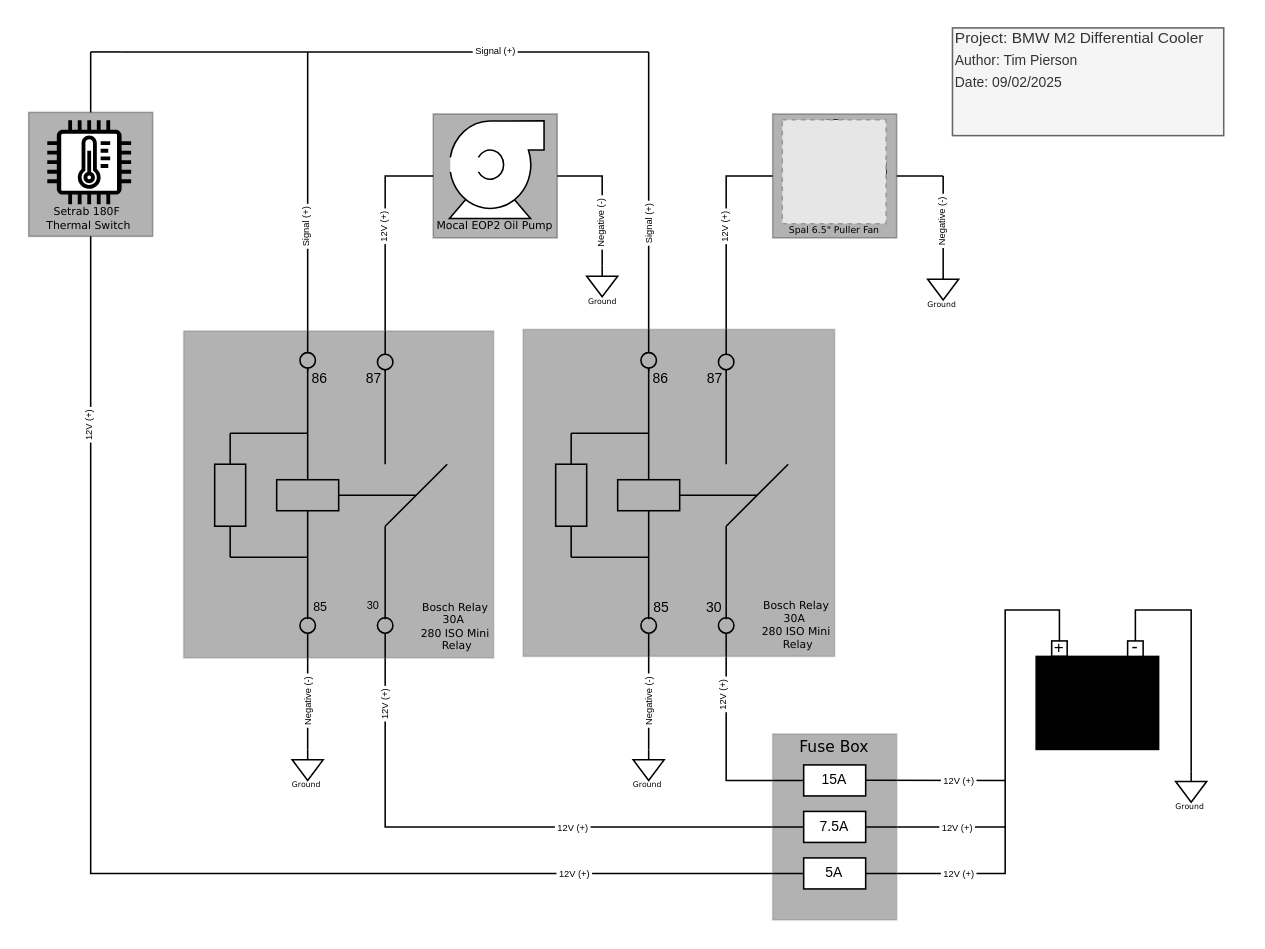
Earlier version of the draw.io diagram Diff_cooler_wiring_diagram.drawio (tpierso/BMW-M2-F87-Differential-Cooler-Project). Source tidied: cells renumbered, new cells numbered last; positions are measured from the earlier drawing's top-left corner, leaving out a move shared by most shapes. Both pictures are drawn from the tidied source at 155%, with x=0, y=0 at pixel (26, 26). Pictures stored in the file or linked from it are replaced by grey dashed boxes.
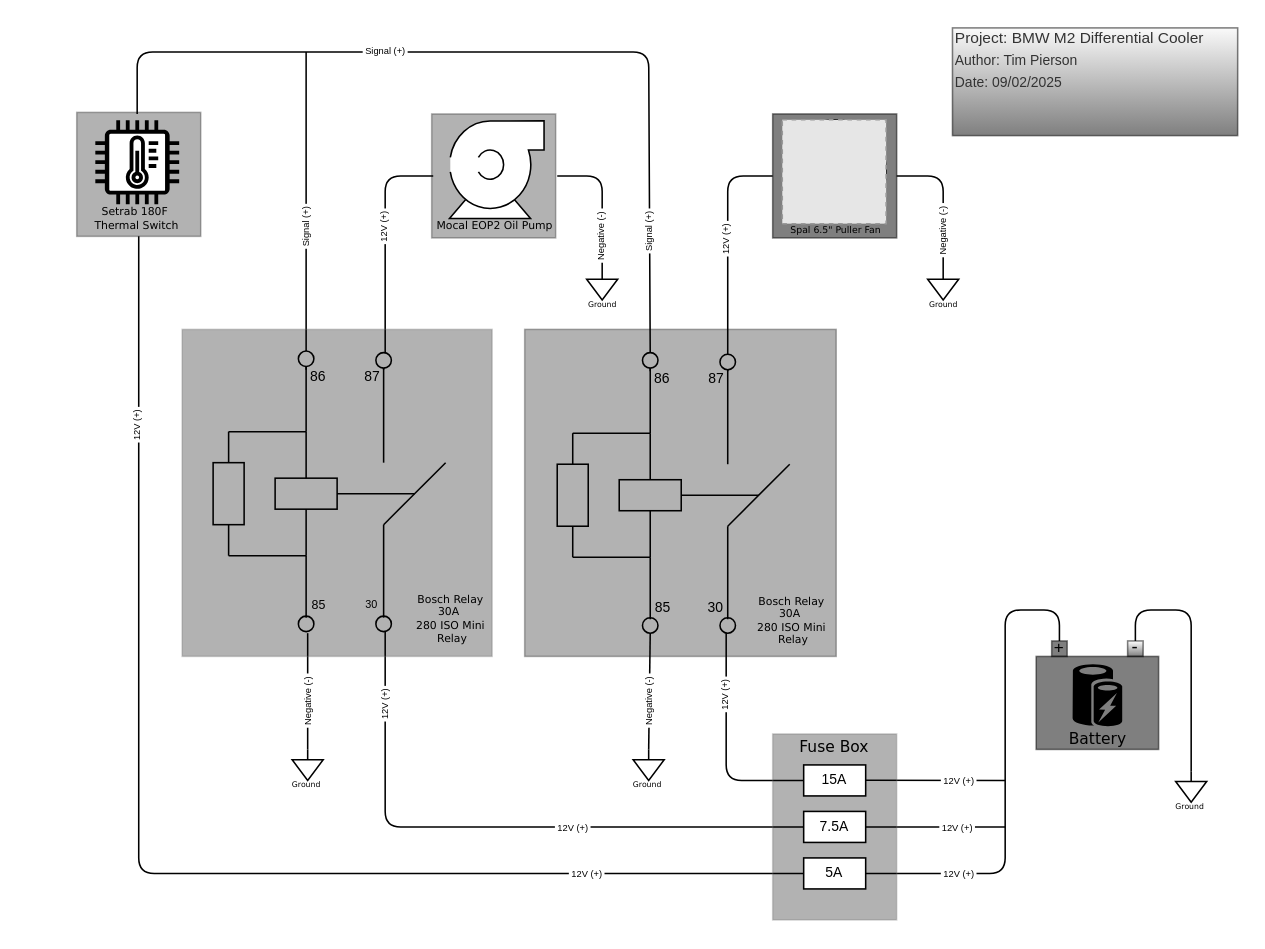
After the change.

The change refers to these unchanged cells:
```xml
<mxCell id="13" value="&lt;font style=&quot;font-size: 5px;&quot; face=&quot;Verdana&quot;&gt;Ground&lt;/font&gt;" style="verticalLabelPosition=bottom;shadow=0;dashed=0;align=center;html=1;verticalAlign=top;shape=mxgraph.electrical.signal_sources.signal_ground;spacingLeft=-2;spacing=-11;" parent="1" vertex="1">
  <mxGeometry x="741" y="480" width="20" height="20" as="geometry" />
</mxCell>
<mxCell id="49" style="rounded=0;whiteSpace=wrap;html=1;fillColor=light-dark(#FFFFFF,#FFFFFF);gradientColor=light-dark(#000000,#000000);opacity=30;" parent="48" vertex="1">
  <mxGeometry x="1" width="80" height="80" as="geometry" />
</mxCell>
<mxCell id="55" value="15A" style="rounded=0;whiteSpace=wrap;html=1;fontSize=9;" parent="53" vertex="1">
  <mxGeometry x="20" y="20" width="40" height="20" as="geometry" />
</mxCell>
<mxCell id="56" value="7.5A" style="rounded=0;whiteSpace=wrap;html=1;fontSize=9;" parent="53" vertex="1">
  <mxGeometry x="20" y="50" width="40" height="20" as="geometry" />
</mxCell>
<mxCell id="57" value="5A" style="rounded=0;whiteSpace=wrap;html=1;fontSize=9;" parent="53" vertex="1">
  <mxGeometry x="20" y="80" width="40" height="20" as="geometry" />
</mxCell>
<mxCell id="83" style="ellipse;whiteSpace=wrap;html=1;fillColor=none;" parent="65" vertex="1">
  <mxGeometry x="75" y="14" width="10" height="10" as="geometry" />
</mxCell>
<mxCell id="85" style="ellipse;whiteSpace=wrap;html=1;fillColor=none;" parent="65" vertex="1">
  <mxGeometry x="125" y="15" width="10" height="10" as="geometry" />
</mxCell>
<mxCell id="87" style="ellipse;whiteSpace=wrap;html=1;fillStyle=solid;fillColor=none;" parent="65" vertex="1">
  <mxGeometry x="125" y="185" width="10" height="10" as="geometry" />
</mxCell>
<mxCell id="111" style="ellipse;whiteSpace=wrap;html=1;fillColor=none;" parent="93" vertex="1">
  <mxGeometry x="76" y="15" width="10" height="10" as="geometry" />
</mxCell>
<mxCell id="113" style="ellipse;whiteSpace=wrap;html=1;fillColor=none;" parent="93" vertex="1">
  <mxGeometry x="126" y="16" width="10" height="10" as="geometry" />
</mxCell>
<mxCell id="115" style="ellipse;whiteSpace=wrap;html=1;fillColor=none;" parent="93" vertex="1">
  <mxGeometry x="126" y="186" width="10" height="10" as="geometry" />
</mxCell>
```

What changed in the source:
```diff
@@
+    <mxCell id="125" style="edgeStyle=orthogonalEdgeStyle;rounded=1;jettySize=auto;html=1;endArrow=none;endFill=0;curved=0;" parent="1" edge="1" source="83">
+      <mxGeometry relative="1" as="geometry">
+        <mxPoint x="180" y="16" as="targetPoint" />
+      </mxGeometry>
+    </mxCell>
-    <mxCell id="2" style="edgeStyle=orthogonalEdgeStyle;rounded=0;jettySize=auto;html=1;entryX=0;entryY=0.5;entryDx=0;entryDy=0;endArrow=none;endFill=0;" parent="1" edge="1" source="85">
+    <mxCell id="2" style="edgeStyle=orthogonalEdgeStyle;rounded=1;jettySize=auto;html=1;entryX=0;entryY=0.5;entryDx=0;entryDy=0;endArrow=none;endFill=0;curved=0;" parent="1" edge="1" source="85">
       <mxGeometry relative="1" as="geometry">
         <mxPoint x="262" y="96" as="targetPoint" />
         <Array as="points">
           <mxPoint x="231" y="96" />
         </Array>
       </mxGeometry>
     </mxCell>
-    <mxCell id="3" style="edgeStyle=orthogonalEdgeStyle;rounded=0;jettySize=auto;html=1;entryX=0;entryY=0.5;entryDx=0;entryDy=0;endArrow=none;endFill=0;" parent="1" edge="1" source="87" target="56">
+    <mxCell id="3" style="edgeStyle=orthogonalEdgeStyle;rounded=1;jettySize=auto;html=1;entryX=0;entryY=0.5;entryDx=0;entryDy=0;endArrow=none;endFill=0;curved=0;" parent="1" edge="1" source="87" target="56">
       <mxGeometry relative="1" as="geometry">
         <Array as="points">
           <mxPoint x="231" y="516" />
         </Array>
       </mxGeometry>
     </mxCell>
-    <mxCell id="4" style="edgeStyle=orthogonalEdgeStyle;rounded=0;jettySize=auto;html=1;endArrow=none;endFill=0;entryX=0;entryY=0.5;entryDx=0;entryDy=0;" parent="1" edge="1" source="115" target="55">
+    <mxCell id="4" style="edgeStyle=orthogonalEdgeStyle;rounded=1;jettySize=auto;html=1;endArrow=none;endFill=0;entryX=0;entryY=0.5;entryDx=0;entryDy=0;curved=0;" parent="1" edge="1" source="115" target="55">
       <mxGeometry relative="1" as="geometry">
         <Array as="points">
           <mxPoint x="451" y="486" />
         </Array>
       </mxGeometry>
     </mxCell>
-    <mxCell id="5" style="edgeStyle=orthogonalEdgeStyle;rounded=0;jettySize=auto;html=1;endArrow=none;endFill=0;entryX=0.5;entryY=1;entryDx=0;entryDy=0;" parent="1" edge="1" source="57" target="49">
+    <mxCell id="5" style="edgeStyle=orthogonalEdgeStyle;rounded=1;jettySize=auto;html=1;endArrow=none;endFill=0;entryX=0.5;entryY=1;entryDx=0;entryDy=0;curved=0;" parent="1" edge="1" source="57" target="49">
       <mxGeometry relative="1" as="geometry" />
     </mxCell>
@@
-    <mxCell id="7" style="endArrow=none;html=1;rounded=0;exitX=1;exitY=0.5;exitDx=0;exitDy=0;entryX=0.5;entryY=0;entryDx=0;entryDy=0;" parent="1" edge="1" target="61">
+    <mxCell id="7" style="endArrow=none;html=1;rounded=1;exitX=1;exitY=0.5;exitDx=0;exitDy=0;entryX=0.5;entryY=0;entryDx=0;entryDy=0;shadow=0;curved=0;" parent="1" edge="1" target="61">
       <mxGeometry relative="1" as="geometry">
         <mxPoint x="541" y="546" as="sourcePoint" />
         <Array as="points">
           <mxPoint x="631" y="546" />
           <mxPoint x="631" y="376" />
           <mxPoint x="666" y="376" />
         </Array>
       </mxGeometry>
     </mxCell>
@@
-    <mxCell id="12" style="edgeStyle=orthogonalEdgeStyle;rounded=0;jettySize=auto;html=1;entryX=0.5;entryY=0;entryDx=0;entryDy=0;endArrow=none;endFill=0;" parent="1" edge="1" source="13" target="62">
+    <mxCell id="12" style="edgeStyle=orthogonalEdgeStyle;rounded=1;jettySize=auto;html=1;entryX=0.5;entryY=0;entryDx=0;entryDy=0;endArrow=none;endFill=0;curved=0;" parent="1" edge="1" source="13" target="62">
       <mxGeometry relative="1" as="geometry">
         <Array as="points">
           <mxPoint x="751" y="376" />
           <mxPoint x="715" y="376" />
         </Array>
       </mxGeometry>
     </mxCell>
@@
-    <mxCell id="14" style="edgeStyle=orthogonalEdgeStyle;rounded=0;jettySize=auto;html=1;entryX=0.5;entryY=0;entryDx=0;entryDy=0;endArrow=none;endFill=0;" parent="1" edge="1" source="16" target="113">
+    <mxCell id="14" style="edgeStyle=orthogonalEdgeStyle;rounded=1;jettySize=auto;html=1;entryX=0.5;entryY=0;entryDx=0;entryDy=0;endArrow=none;endFill=0;jumpStyle=arc;curved=0;" parent="1" edge="1" source="16" target="113">
       <mxGeometry relative="1" as="geometry" />
     </mxCell>
     <mxCell id="15" value="&lt;div&gt;&amp;nbsp;12V (+)&amp;nbsp;&lt;/div&gt;" style="edgeLabel;html=1;align=center;verticalAlign=middle;fontSize=6;horizontal=0;spacing=2;spacingBottom=-1;" parent="14" vertex="1">
       <mxGeometry x="0.16" y="2" relative="1" as="geometry">
-        <mxPoint x="-4" y="-20" as="offset" />
+        <mxPoint x="-4" y="-13" as="offset" />
       </mxGeometry>
     </mxCell>
-    <mxCell id="16" style="whiteSpace=wrap;html=1;fillStyle=solid;gradientColor=light-dark(#000000,#6D6D6D);fillColor=light-dark(#FFFFFF,#FFFFFF);opacity=30;fontFamily=Verdana;strokeColor=default;spacing=1;fontColor=default;" parent="1" vertex="1">
+    <mxCell id="16" style="whiteSpace=wrap;html=1;fillStyle=solid;gradientColor=light-dark(#000000,#6D6D6D);fillColor=light-dark(#FFFFFF,#FFFFFF);opacity=50;fontFamily=Verdana;strokeColor=default;spacing=1;fontColor=default;" parent="1" vertex="1">
       <mxGeometry x="481" y="56" width="80" height="80" as="geometry" />
     </mxCell>
-    <mxCell id="17" value="&lt;div style=&quot;line-height: 10%;&quot;&gt;&lt;font style=&quot;line-height: 10%;&quot;&gt;Ground&lt;/font&gt;&lt;/div&gt;" style="verticalLabelPosition=bottom;shadow=0;dashed=0;align=center;html=1;verticalAlign=top;shape=mxgraph.electrical.signal_sources.signal_ground;fontSize=5;spacing=-2;spacingLeft=-2;fontFamily=Verdana;" parent="1" vertex="1">
+    <mxCell id="17" value="Ground" style="verticalLabelPosition=bottom;shadow=0;dashed=0;align=center;html=1;verticalAlign=top;shape=mxgraph.electrical.signal_sources.signal_ground;spacing=-2;spacingLeft=-1;fontFamily=Verdana;fontSize=5;spacingBottom=0;spacingTop=-3;" parent="1" vertex="1">
       <mxGeometry x="581" y="156" width="20" height="20" as="geometry" />
     </mxCell>
-    <mxCell id="18" value="&lt;div&gt;&lt;font style=&quot;line-height: 10%;&quot;&gt;Ground&lt;/font&gt;&lt;/div&gt;" style="verticalLabelPosition=bottom;shadow=0;dashed=0;align=center;html=1;verticalAlign=top;shape=mxgraph.electrical.signal_sources.signal_ground;labelPosition=center;spacing=-5;spacingLeft=-1;fontFamily=Verdana;fontSize=5;" parent="1" vertex="1">
-      <mxGeometry x="361" y="154" width="20" height="20" as="geometry" />
+    <mxCell id="18" value="Ground" style="verticalLabelPosition=bottom;shadow=0;dashed=0;align=center;html=1;verticalAlign=top;shape=mxgraph.electrical.signal_sources.signal_ground;labelPosition=center;spacing=-2;spacingLeft=-1;fontSize=5;fontFamily=Verdana;spacingTop=-3;" parent="1" vertex="1">
+      <mxGeometry x="361" y="156" width="20" height="20" as="geometry" />
     </mxCell>
-    <mxCell id="19" style="endArrow=none;html=1;rounded=0;entryX=1;entryY=0.5;entryDx=0;entryDy=0;exitX=0.5;exitY=0;exitDx=0;exitDy=0;exitPerimeter=0;" parent="1" edge="1" source="18">
+    <mxCell id="19" style="endArrow=none;html=1;rounded=1;entryX=1;entryY=0.5;entryDx=0;entryDy=0;exitX=0.5;exitY=0;exitDx=0;exitDy=0;exitPerimeter=0;curved=0;" parent="1" edge="1" source="18">
       <mxGeometry relative="1" as="geometry">
         <mxPoint x="342" y="96" as="targetPoint" />
         <Array as="points">
           <mxPoint x="371" y="96" />
         </Array>
       </mxGeometry>
     </mxCell>
-    <mxCell id="20" style="endArrow=none;html=1;rounded=0;exitX=0.5;exitY=0;exitDx=0;exitDy=0;" parent="1" edge="1" source="111">
-      <mxGeometry relative="1" as="geometry">
-        <mxPoint x="401" y="16" as="targetPoint" />
-      </mxGeometry>
-    </mxCell>
-    <mxCell id="21" style="endArrow=none;html=1;rounded=0;flowAnimation=0;jumpStyle=arc;" parent="1" edge="1">
-      <mxGeometry relative="1" as="geometry">
-        <mxPoint x="181" y="210" as="sourcePoint" />
-        <mxPoint x="181" y="16" as="targetPoint" />
-      </mxGeometry>
-    </mxCell>
-    <mxCell id="22" style="endArrow=none;html=1;rounded=0;" parent="1" edge="1">
+    <mxCell id="22" style="endArrow=none;html=1;rounded=1;curved=0;entryX=0.5;entryY=0;entryDx=0;entryDy=0;" parent="1" edge="1" target="111">
       <mxGeometry relative="1" as="geometry">
-        <mxPoint x="61" y="16" as="sourcePoint" />
-        <mxPoint x="401" y="16" as="targetPoint" />
+        <mxPoint x="71" y="56" as="sourcePoint" />
+        <Array as="points">
+          <mxPoint x="71" y="16" />
+          <mxPoint x="401" y="16" />
+        </Array>
       </mxGeometry>
     </mxCell>
     <mxCell id="23" value="&amp;nbsp;Signal (+)&amp;nbsp;" style="edgeLabel;html=1;align=center;verticalAlign=middle;fontSize=6;" parent="22" vertex="1">
       <mxGeometry x="0.38" relative="1" as="geometry">
-        <mxPoint x="5" y="-1" as="offset" />
+        <mxPoint x="-171" y="-19" as="offset" />
       </mxGeometry>
     </mxCell>
-    <mxCell id="24" style="endArrow=none;html=1;rounded=0;" parent="1" edge="1">
-      <mxGeometry relative="1" as="geometry">
-        <mxPoint x="41" y="16" as="sourcePoint" />
-        <mxPoint x="61" y="16" as="targetPoint" />
-      </mxGeometry>
-    </mxCell>
-    <mxCell id="25" style="endArrow=none;html=1;rounded=0;exitX=0.5;exitY=0;exitDx=0;exitDy=0;" parent="1" edge="1" source="49">
-      <mxGeometry relative="1" as="geometry">
-        <mxPoint x="41" y="16" as="targetPoint" />
-      </mxGeometry>
-    </mxCell>
-    <mxCell id="26" style="endArrow=none;html=1;rounded=0;exitX=0.5;exitY=0;exitDx=0;exitDy=0;exitPerimeter=0;" parent="1" edge="1" source="17">
+    <mxCell id="26" style="endArrow=none;html=1;rounded=1;exitX=0.5;exitY=0;exitDx=0;exitDy=0;exitPerimeter=0;curved=0;entryX=1;entryY=0.5;entryDx=0;entryDy=0;" parent="1" edge="1" source="17" target="16">
       <mxGeometry relative="1" as="geometry">
-        <mxPoint x="591" y="96" as="targetPoint" />
+        <Array as="points">
+          <mxPoint x="591" y="96" />
+        </Array>
       </mxGeometry>
     </mxCell>
-    <mxCell id="27" style="group;fillColor=light-dark(#FFFFFF,#F5F5F5);fillStyle=solid;gradientColor=light-dark(#000000,#6D6D6D);opacity=30;strokeColor=default;" parent="1" vertex="1">
-      <mxGeometry x="262" y="56" width="80" height="80" as="geometry" />
+    <mxCell id="27" style="group;fillColor=light-dark(#FFFFFF,#F5F5F5);fillStyle=solid;gradientColor=light-dark(#000000,#000000);opacity=30;strokeColor=default;" parent="1" vertex="1">
+      <mxGeometry x="261" y="56" width="80" height="80" as="geometry" />
     </mxCell>
-    <mxCell id="28" style="endArrow=none;html=1;rounded=0;exitX=1;exitY=0.5;exitDx=0;exitDy=0;" parent="1" edge="1" source="16">
-      <mxGeometry relative="1" as="geometry">
-        <mxPoint x="591" y="96" as="targetPoint" />
-      </mxGeometry>
-    </mxCell>
@@
     <mxCell id="32" value="&lt;font style=&quot;font-size: 6px;&quot;&gt;&amp;nbsp;Negative (-)&amp;nbsp;&lt;/font&gt;" style="edgeLabel;html=1;align=center;verticalAlign=middle;horizontal=0;" parent="1" vertex="1">
-      <mxGeometry x="588" y="127" as="geometry" />
+      <mxGeometry x="588" y="133" as="geometry" />
     </mxCell>
     <mxCell id="33" value="&lt;font style=&quot;font-size: 6px;&quot;&gt;&amp;nbsp;Negative (-)&amp;nbsp;&lt;/font&gt;" style="edgeLabel;html=1;align=center;verticalAlign=middle;horizontal=0;spacingBottom=1;" parent="1" vertex="1">
-      <mxGeometry x="369" y="127.5" as="geometry" />
+      <mxGeometry x="369" y="133" as="geometry">
+        <mxPoint x="-1" y="-3" as="offset" />
+      </mxGeometry>
     </mxCell>
@@
     <mxCell id="35" value="&lt;div&gt;&amp;nbsp;12V (+)&amp;nbsp;&lt;/div&gt;" style="edgeLabel;html=1;align=center;verticalAlign=middle;fontSize=6;horizontal=0;spacing=2;spacingBottom=-1;" parent="1" vertex="1">
-      <mxGeometry x="39" y="258" as="geometry" />
+      <mxGeometry x="70" y="258" as="geometry" />
     </mxCell>
@@
     <mxCell id="37" value="&amp;nbsp;Signal (+)&amp;nbsp;" style="edgeLabel;html=1;align=center;verticalAlign=middle;fontSize=6;horizontal=0;spacingBottom=-1;" parent="1" vertex="1">
-      <mxGeometry x="400" y="128" as="geometry" />
+      <mxGeometry x="400" y="133" as="geometry" />
     </mxCell>
@@
     <mxCell id="44" value="&lt;div&gt;&amp;nbsp;12V (+)&amp;nbsp;&lt;/div&gt;" style="edgeLabel;html=1;align=center;verticalAlign=middle;fontSize=6;horizontal=0;spacing=2;spacingBottom=-1;" parent="1" vertex="1">
-      <mxGeometry x="449" y="436" as="geometry">
+      <mxGeometry x="450" y="436" as="geometry">
         <mxPoint x="-1" y="4" as="offset" />
       </mxGeometry>
     </mxCell>
@@
     <mxCell id="46" value="&lt;div&gt;Spal 6.5&quot; Puller Fan&lt;/div&gt;" style="text;html=1;align=center;verticalAlign=middle;whiteSpace=wrap;rounded=0;fontFamily=Verdana;fontSize=6;" parent="1" vertex="1">
-      <mxGeometry x="466" y="115" width="110" height="30" as="geometry" />
+      <mxGeometry x="467" y="115" width="110" height="30" as="geometry" />
     </mxCell>
@@
     <mxCell id="48" style="group;" parent="1" vertex="1">
-      <mxGeometry y="55" width="81" height="80" as="geometry" />
+      <mxGeometry x="31" y="55" width="81" height="80" as="geometry" />
     </mxCell>
@@
-    <mxCell id="59" style="group;" parent="1" vertex="1">
+    <mxCell id="59" style="group;opacity=50;" parent="1" vertex="1">
       <mxGeometry x="651" y="396" width="78" height="71" as="geometry" />
     </mxCell>
-    <mxCell id="60" style="rounded=0;whiteSpace=wrap;html=1;fillStyle=auto;gradientColor=light-dark(#000000,#FFFFFF);" parent="59" vertex="1">
+    <mxCell id="60" style="rounded=0;whiteSpace=wrap;html=1;fillStyle=auto;gradientColor=light-dark(#000000,#FFFFFF);opacity=50;" parent="59" vertex="1">
       <mxGeometry y="10" width="79" height="60" as="geometry" />
     </mxCell>
-    <mxCell id="61" value="&lt;font style=&quot;font-size: 11px;&quot;&gt;+&lt;/font&gt;" style="whiteSpace=wrap;html=1;fillStyle=solid;fillColor=none;strokeColor=light-dark(#000000,#FFFFFF);spacingBottom=2;" parent="59" vertex="1">
+    <mxCell id="61" value="&lt;font style=&quot;font-size: 11px;&quot;&gt;+&lt;/font&gt;" style="whiteSpace=wrap;html=1;fillStyle=solid;fillColor=light-dark(#FFFFFF,#FFFFFF);strokeColor=light-dark(#000000,#FFFFFF);spacingBottom=2;gradientColor=#000000;opacity=50;" parent="59" vertex="1">
       <mxGeometry x="10" width="10" height="10" as="geometry" />
     </mxCell>
-    <mxCell id="62" value="-" style="whiteSpace=wrap;html=1;fillStyle=solid;strokeWidth=1;spacingBottom=2;" parent="59" vertex="1">
+    <mxCell id="62" value="-" style="whiteSpace=wrap;html=1;fillStyle=solid;strokeWidth=1;spacingBottom=2;gradientColor=#000000;opacity=50;" parent="59" vertex="1">
       <mxGeometry x="59" width="10" height="10" as="geometry" />
     </mxCell>
@@
     <mxCell id="65" style="group;" parent="1" vertex="1">
-      <mxGeometry x="101" y="196" width="200" height="211" as="geometry" />
+      <mxGeometry x="100" y="195" width="200" height="211" as="geometry" />
     </mxCell>
-    <mxCell id="66" style="rounded=0;whiteSpace=wrap;html=1;fillColor=light-dark(#FFFFFF,#111111);gradientColor=#b3b3b3;strokeColor=#666666;opacity=30;" parent="65" vertex="1">
+    <mxCell id="66" style="rounded=0;whiteSpace=wrap;html=1;fillColor=light-dark(#FFFFFF,#FFFFFF);gradientColor=light-dark(#000000,#000000);strokeColor=#666666;opacity=30;" parent="65" vertex="1">
       <mxGeometry width="200" height="211" as="geometry" />
     </mxCell>
@@
     <mxCell id="92" value="&lt;div&gt;Bosch Relay&lt;/div&gt;&lt;div&gt;30A&amp;nbsp;&lt;/div&gt;&lt;div&gt;280 ISO Mini&lt;/div&gt;&lt;div&gt;&amp;nbsp;Relay&lt;/div&gt;" style="text;html=1;align=center;verticalAlign=middle;rounded=0;fontSize=7;fontStyle=0;fontFamily=Verdana;labelPosition=center;verticalLabelPosition=middle;" parent="65" vertex="1">
-      <mxGeometry x="150" y="170" width="50" height="41" as="geometry" />
+      <mxGeometry x="148" y="166" width="50" height="41" as="geometry" />
     </mxCell>
-    <mxCell id="93" style="group;" parent="1" vertex="1">
-      <mxGeometry x="320" y="195" width="201" height="211" as="geometry" />
+    <mxCell id="93" style="group;opacity=50;fillColor=none;" parent="1" vertex="1">
+      <mxGeometry x="321" y="195" width="201" height="211" as="geometry" />
     </mxCell>
-    <mxCell id="94" style="rounded=0;whiteSpace=wrap;html=1;fillColor=light-dark(#FFFFFF,#1A1A1A);gradientColor=#b3b3b3;strokeColor=#666666;opacity=30;" parent="93" vertex="1">
+    <mxCell id="94" style="rounded=0;whiteSpace=wrap;html=1;fillColor=light-dark(#000000,#1A1A1A);gradientColor=#000000;strokeColor=#000000;opacity=30;" parent="93" vertex="1">
       <mxGeometry width="201" height="211" as="geometry" />
     </mxCell>
@@
     <mxCell id="120" value="&lt;div&gt;Bosch Relay&lt;/div&gt;&lt;div&gt;30A&amp;nbsp;&lt;/div&gt;&lt;div&gt;280 ISO Mini&lt;/div&gt;&lt;div&gt;&amp;nbsp;Relay&lt;/div&gt;" style="text;html=1;align=center;verticalAlign=middle;rounded=0;fontSize=7;fontStyle=0;fontFamily=Verdana;labelPosition=center;verticalLabelPosition=middle;" parent="93" vertex="1">
-      <mxGeometry x="151" y="170" width="50" height="41" as="geometry" />
+      <mxGeometry x="147" y="167" width="50" height="41" as="geometry" />
     </mxCell>
-    <mxCell id="121" value="&lt;div&gt;&lt;font style=&quot;font-size: 10px;&quot;&gt;Project: BMW M2 Differential Cooler&lt;/font&gt;&lt;/div&gt;&lt;div&gt;&lt;font style=&quot;font-size: 9px;&quot;&gt;Author: Tim Pierson&lt;/font&gt;&lt;/div&gt;&lt;div&gt;&lt;font style=&quot;font-size: 9px;&quot;&gt;Date: 09/02/2025&lt;/font&gt;&lt;/div&gt;&lt;div&gt;&lt;br&gt;&lt;/div&gt;&lt;div&gt;&lt;br&gt;&lt;/div&gt;" style="text;html=1;align=left;verticalAlign=middle;whiteSpace=wrap;rounded=0;strokeColor=#666666;spacingRight=4;spacing=2;fillColor=#f5f5f5;fontColor=#333333;" parent="1" vertex="1">
-      <mxGeometry x="597" y="0.5" width="175" height="69.5" as="geometry" />
+    <mxCell id="121" value="&lt;div&gt;&lt;font style=&quot;font-size: 10px;&quot;&gt;Project: BMW M2 Differential Cooler&lt;/font&gt;&lt;/div&gt;&lt;div&gt;&lt;font style=&quot;font-size: 9px;&quot;&gt;Author: Tim Pierson&lt;/font&gt;&lt;/div&gt;&lt;div&gt;&lt;font style=&quot;font-size: 9px;&quot;&gt;Date: 09/02/2025&lt;/font&gt;&lt;/div&gt;&lt;div&gt;&lt;br&gt;&lt;/div&gt;&lt;div&gt;&lt;br&gt;&lt;/div&gt;" style="text;html=1;align=left;verticalAlign=middle;whiteSpace=wrap;rounded=0;strokeColor=#000000;spacingRight=14;spacing=2;fillColor=#f5f5f5;fontColor=#333333;glass=0;gradientColor=default;opacity=50;" parent="1" vertex="1">
+      <mxGeometry x="597" y="0.5" width="184" height="69.5" as="geometry" />
     </mxCell>
```
